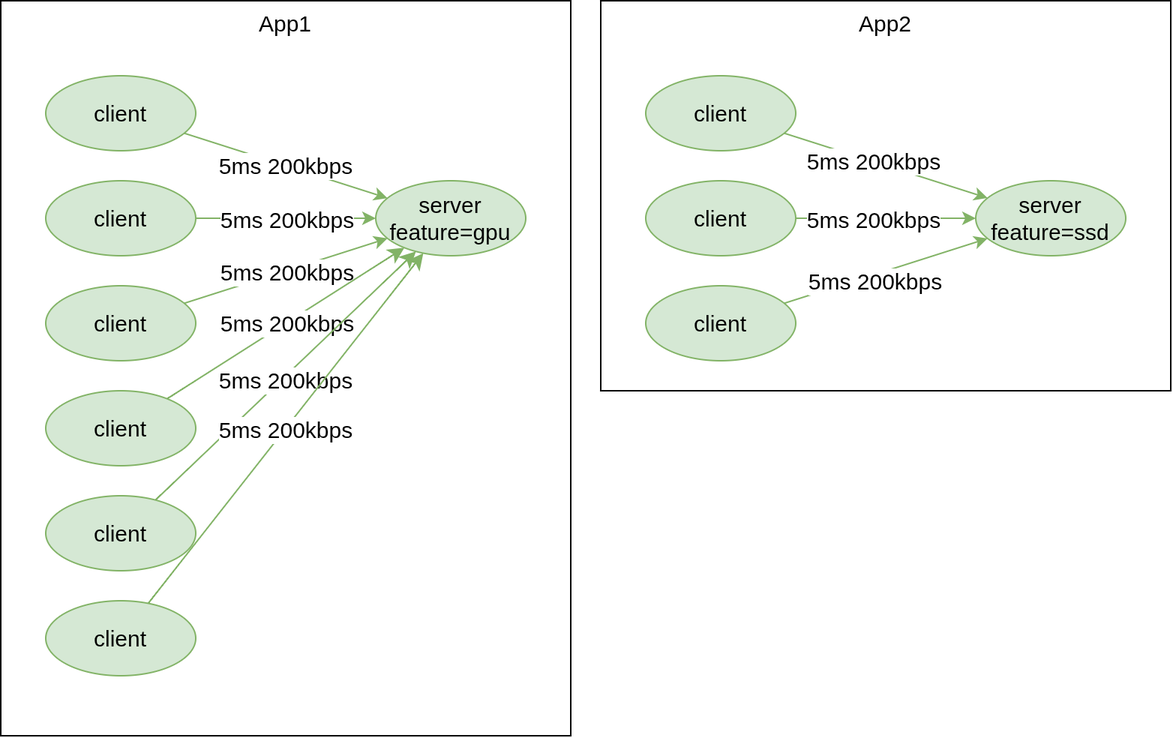
Before: emulator/exp-8/deployment.drawio.png, a diagram exported from draw.io (kr-0-n/k8_scheduler_experiments). Source tidied: cells renumbered, new cells last; positions are measured from the earlier drawing's top-left corner, leaving out a move shared by most shapes.
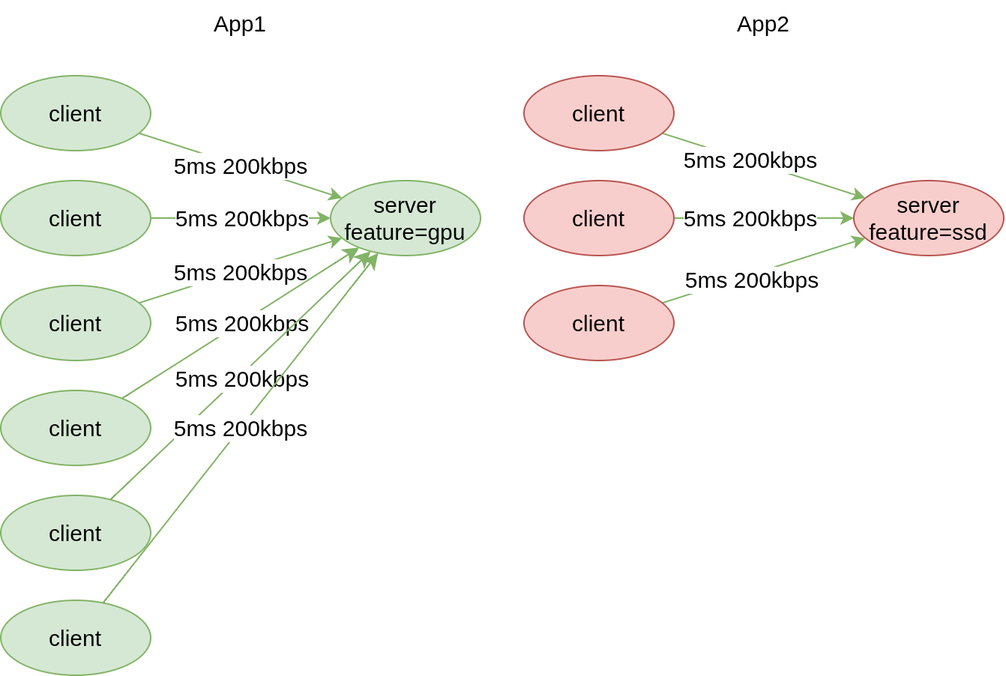
The same file after the commit.

Change to the diagram source:
```diff
@@ -2,120 +2,114 @@
   <root>
     <mxCell id="0" />
     <mxCell id="1" parent="0" />
-    <mxCell id="2" style="rounded=0;whiteSpace=wrap;html=1;fontSize=15;" parent="1" vertex="1">
-      <mxGeometry width="380" height="490" as="geometry" />
+    <mxCell id="2" style="edgeStyle=orthogonalEdgeStyle;rounded=0;jettySize=auto;html=1;fillColor=#d5e8d4;strokeColor=#82b366;fontSize=15;" parent="1" edge="1" source="4" target="5">
+      <mxGeometry relative="1" as="geometry" />
     </mxCell>
-    <mxCell id="3" style="edgeStyle=orthogonalEdgeStyle;rounded=0;jettySize=auto;html=1;fillColor=#d5e8d4;strokeColor=#82b366;fontSize=15;" parent="1" edge="1" source="5" target="6">
-      <mxGeometry relative="1" as="geometry" />
+    <mxCell id="3" value="5ms 200kbps" style="edgeLabel;html=1;align=center;verticalAlign=middle;fontSize=15;" parent="2" vertex="1">
+      <mxGeometry x="-0.08" relative="1" as="geometry">
+        <mxPoint x="5" as="offset" />
+      </mxGeometry>
     </mxCell>
-    <mxCell id="4" value="5ms 200kbps" style="edgeLabel;html=1;align=center;verticalAlign=middle;points=[];fontSize=15;" parent="3" vertex="1">
-      <mxGeometry x="-0.08" relative="1" as="geometry">
-        <mxPoint x="5" as="offset" />
-      </mxGeometry>
+    <mxCell id="4" value="client" style="ellipse;whiteSpace=wrap;html=1;fillColor=#d5e8d4;strokeColor=#82b366;fontSize=15;" parent="1" vertex="1">
+      <mxGeometry x="30" y="120" width="100" height="50" as="geometry" />
     </mxCell>
-    <mxCell id="5" value="client" style="ellipse;whiteSpace=wrap;html=1;fillColor=#d5e8d4;strokeColor=#82b366;fontSize=15;" parent="1" vertex="1">
-      <mxGeometry x="30" y="120" width="100" height="50" as="geometry" />
+    <mxCell id="5" value="server&lt;div&gt;feature=gpu&lt;/div&gt;" style="ellipse;whiteSpace=wrap;html=1;fillColor=#d5e8d4;strokeColor=#82b366;fontSize=15;" parent="1" vertex="1">
+      <mxGeometry x="250" y="120" width="100" height="50" as="geometry" />
     </mxCell>
-    <mxCell id="6" value="server&lt;div&gt;feature=gpu&lt;/div&gt;" style="ellipse;whiteSpace=wrap;html=1;fillColor=#d5e8d4;strokeColor=#82b366;fontSize=15;" parent="1" vertex="1">
-      <mxGeometry x="250" y="120" width="100" height="50" as="geometry" />
+    <mxCell id="6" style="rounded=0;jettySize=auto;html=1;fillColor=#d5e8d4;strokeColor=#82b366;fontSize=15;" parent="1" edge="1" source="8" target="5">
+      <mxGeometry relative="1" as="geometry" />
     </mxCell>
-    <mxCell id="7" style="rounded=0;jettySize=auto;html=1;fillColor=#d5e8d4;strokeColor=#82b366;fontSize=15;" parent="1" edge="1" source="9" target="6">
-      <mxGeometry relative="1" as="geometry" />
+    <mxCell id="7" value="5ms 200kbps" style="edgeLabel;html=1;align=center;verticalAlign=middle;fontSize=15;" parent="6" vertex="1">
+      <mxGeometry x="0.26" y="2" relative="1" as="geometry">
+        <mxPoint x="-19" y="-4" as="offset" />
+      </mxGeometry>
     </mxCell>
-    <mxCell id="8" value="5ms 200kbps" style="edgeLabel;html=1;align=center;verticalAlign=middle;points=[];fontSize=15;" parent="7" vertex="1">
-      <mxGeometry x="0.26" y="2" relative="1" as="geometry">
-        <mxPoint x="-19" y="-4" as="offset" />
-      </mxGeometry>
+    <mxCell id="8" value="client" style="ellipse;whiteSpace=wrap;html=1;fillColor=#d5e8d4;strokeColor=#82b366;fontSize=15;" parent="1" vertex="1">
+      <mxGeometry x="30" y="50" width="100" height="50" as="geometry" />
     </mxCell>
-    <mxCell id="9" value="client" style="ellipse;whiteSpace=wrap;html=1;fillColor=#d5e8d4;strokeColor=#82b366;fontSize=15;" parent="1" vertex="1">
-      <mxGeometry x="30" y="50" width="100" height="50" as="geometry" />
+    <mxCell id="9" style="rounded=0;jettySize=auto;html=1;fillColor=#d5e8d4;strokeColor=#82b366;fontSize=15;" parent="1" edge="1" source="11" target="5">
+      <mxGeometry relative="1" as="geometry" />
     </mxCell>
-    <mxCell id="10" style="rounded=0;jettySize=auto;html=1;fillColor=#d5e8d4;strokeColor=#82b366;fontSize=15;" parent="1" edge="1" source="12" target="6">
-      <mxGeometry relative="1" as="geometry" />
+    <mxCell id="10" value="5ms 200kbps" style="edgeLabel;html=1;align=center;verticalAlign=middle;fontSize=15;" parent="9" vertex="1">
+      <mxGeometry x="-0.18" y="3" relative="1" as="geometry">
+        <mxPoint x="13" y="-1" as="offset" />
+      </mxGeometry>
     </mxCell>
-    <mxCell id="11" value="5ms 200kbps" style="edgeLabel;html=1;align=center;verticalAlign=middle;points=[];fontSize=15;" parent="10" vertex="1">
-      <mxGeometry x="-0.18" y="3" relative="1" as="geometry">
-        <mxPoint x="13" y="-1" as="offset" />
-      </mxGeometry>
+    <mxCell id="11" value="client" style="ellipse;whiteSpace=wrap;html=1;fillColor=#d5e8d4;strokeColor=#82b366;fontSize=15;" parent="1" vertex="1">
+      <mxGeometry x="30" y="190" width="100" height="50" as="geometry" />
     </mxCell>
-    <mxCell id="12" value="client" style="ellipse;whiteSpace=wrap;html=1;fillColor=#d5e8d4;strokeColor=#82b366;fontSize=15;" parent="1" vertex="1">
-      <mxGeometry x="30" y="190" width="100" height="50" as="geometry" />
+    <mxCell id="12" value="App1" style="text;html=1;whiteSpace=wrap;strokeColor=none;fillColor=none;align=center;verticalAlign=middle;rounded=0;fontSize=15;" parent="1" vertex="1">
+      <mxGeometry x="160" width="60" height="30" as="geometry" />
     </mxCell>
-    <mxCell id="13" value="App1" style="text;html=1;whiteSpace=wrap;strokeColor=none;fillColor=none;align=center;verticalAlign=middle;rounded=0;fontSize=15;" parent="1" vertex="1">
-      <mxGeometry x="160" width="60" height="30" as="geometry" />
+    <mxCell id="13" style="edgeStyle=orthogonalEdgeStyle;rounded=0;jettySize=auto;html=1;fillColor=#d5e8d4;strokeColor=#82b366;fontSize=15;" parent="1" edge="1" source="14" target="15">
+      <mxGeometry relative="1" as="geometry" />
     </mxCell>
-    <mxCell id="14" style="rounded=0;whiteSpace=wrap;html=1;fontSize=15;" parent="1" vertex="1">
-      <mxGeometry x="400" width="380" height="260" as="geometry" />
+    <mxCell id="14" value="client" style="ellipse;whiteSpace=wrap;html=1;fillColor=#f8cecc;strokeColor=#b85450;fontSize=15;" parent="1" vertex="1">
+      <mxGeometry x="379" y="120" width="100" height="50" as="geometry" />
     </mxCell>
-    <mxCell id="15" style="edgeStyle=orthogonalEdgeStyle;rounded=0;jettySize=auto;html=1;fillColor=#d5e8d4;strokeColor=#82b366;fontSize=15;" parent="1" edge="1" source="16" target="17">
-      <mxGeometry relative="1" as="geometry" />
+    <mxCell id="15" value="server&lt;div&gt;feature=ssd&lt;/div&gt;" style="ellipse;whiteSpace=wrap;html=1;fillColor=#f8cecc;strokeColor=#b85450;fontSize=15;" parent="1" vertex="1">
+      <mxGeometry x="599" y="120" width="100" height="50" as="geometry" />
     </mxCell>
-    <mxCell id="16" value="client" style="ellipse;whiteSpace=wrap;html=1;fillColor=#d5e8d4;strokeColor=#82b366;fontSize=15;" parent="1" vertex="1">
-      <mxGeometry x="430" y="120" width="100" height="50" as="geometry" />
+    <mxCell id="16" style="rounded=0;jettySize=auto;html=1;fillColor=#d5e8d4;strokeColor=#82b366;fontSize=15;" parent="1" edge="1" source="18" target="15">
+      <mxGeometry relative="1" as="geometry" />
     </mxCell>
-    <mxCell id="17" value="server&lt;div&gt;feature=ssd&lt;/div&gt;" style="ellipse;whiteSpace=wrap;html=1;fillColor=#d5e8d4;strokeColor=#82b366;fontSize=15;" parent="1" vertex="1">
-      <mxGeometry x="650" y="120" width="100" height="50" as="geometry" />
+    <mxCell id="17" value="5ms 200kbps" style="edgeLabel;html=1;align=center;verticalAlign=middle;points=[];fontSize=15;" parent="16" vertex="1">
+      <mxGeometry x="-0.14" y="1" relative="1" as="geometry" />
     </mxCell>
-    <mxCell id="18" style="rounded=0;jettySize=auto;html=1;fillColor=#d5e8d4;strokeColor=#82b366;fontSize=15;" parent="1" edge="1" source="20" target="17">
-      <mxGeometry relative="1" as="geometry" />
+    <mxCell id="18" value="client" style="ellipse;whiteSpace=wrap;html=1;fillColor=#f8cecc;strokeColor=#b85450;fontSize=15;" parent="1" vertex="1">
+      <mxGeometry x="379" y="50" width="100" height="50" as="geometry" />
     </mxCell>
-    <mxCell id="19" value="5ms 200kbps" style="edgeLabel;html=1;align=center;verticalAlign=middle;fontSize=15;" parent="18" vertex="1">
-      <mxGeometry x="-0.14" y="1" relative="1" as="geometry" />
+    <mxCell id="19" style="rounded=0;jettySize=auto;html=1;fillColor=#d5e8d4;strokeColor=#82b366;fontSize=15;" parent="1" edge="1" source="20" target="15">
+      <mxGeometry relative="1" as="geometry" />
     </mxCell>
-    <mxCell id="20" value="client" style="ellipse;whiteSpace=wrap;html=1;fillColor=#d5e8d4;strokeColor=#82b366;fontSize=15;" parent="1" vertex="1">
-      <mxGeometry x="430" y="50" width="100" height="50" as="geometry" />
+    <mxCell id="20" value="client" style="ellipse;whiteSpace=wrap;html=1;fillColor=#f8cecc;strokeColor=#b85450;fontSize=15;" parent="1" vertex="1">
+      <mxGeometry x="379" y="190" width="100" height="50" as="geometry" />
     </mxCell>
-    <mxCell id="21" style="rounded=0;jettySize=auto;html=1;fillColor=#d5e8d4;strokeColor=#82b366;fontSize=15;" parent="1" edge="1" source="22" target="17">
-      <mxGeometry relative="1" as="geometry" />
+    <mxCell id="21" value="App2" style="text;html=1;whiteSpace=wrap;strokeColor=none;fillColor=none;align=center;verticalAlign=middle;rounded=0;fontSize=15;" parent="1" vertex="1">
+      <mxGeometry x="509" width="60" height="30" as="geometry" />
     </mxCell>
-    <mxCell id="22" value="client" style="ellipse;whiteSpace=wrap;html=1;fillColor=#d5e8d4;strokeColor=#82b366;fontSize=15;" parent="1" vertex="1">
-      <mxGeometry x="430" y="190" width="100" height="50" as="geometry" />
+    <mxCell id="22" value="5ms 200kbps" style="edgeLabel;html=1;align=center;verticalAlign=middle;points=[];fontSize=15;" parent="1" vertex="1">
+      <mxGeometry x="511" y="135" as="geometry">
+        <mxPoint x="19" y="10" as="offset" />
+      </mxGeometry>
     </mxCell>
-    <mxCell id="23" value="App2" style="text;html=1;whiteSpace=wrap;strokeColor=none;fillColor=none;align=center;verticalAlign=middle;rounded=0;fontSize=15;" parent="1" vertex="1">
-      <mxGeometry x="560" width="60" height="30" as="geometry" />
+    <mxCell id="23" value="5ms 200kbps" style="edgeLabel;html=1;align=center;verticalAlign=middle;fontSize=15;" parent="1" vertex="1">
+      <mxGeometry x="529" y="180" as="geometry">
+        <mxPoint x="2" y="6" as="offset" />
+      </mxGeometry>
     </mxCell>
-    <mxCell id="24" value="5ms 200kbps" style="edgeLabel;html=1;align=center;verticalAlign=middle;fontSize=15;" parent="1" vertex="1">
-      <mxGeometry x="562" y="135" as="geometry">
-        <mxPoint x="19" y="10" as="offset" />
-      </mxGeometry>
+    <mxCell id="24" style="edgeStyle=none;curved=1;rounded=0;jettySize=auto;html=1;fontSize=15;startSize=8;endSize=8;fillColor=#d5e8d4;strokeColor=#82b366;" parent="1" edge="1" source="26" target="5">
+      <mxGeometry relative="1" as="geometry" />
     </mxCell>
-    <mxCell id="25" value="5ms 200kbps" style="edgeLabel;html=1;align=center;verticalAlign=middle;fontSize=15;" parent="1" vertex="1">
-      <mxGeometry x="580" y="180" as="geometry">
-        <mxPoint x="2" y="6" as="offset" />
+    <mxCell id="25" value="5ms 200kbps" style="edgeLabel;html=1;align=center;verticalAlign=middle;fontSize=15;" parent="24" vertex="1">
+      <mxGeometry x="-0.11" y="1" relative="1" as="geometry">
+        <mxPoint x="9" y="-5" as="offset" />
       </mxGeometry>
     </mxCell>
-    <mxCell id="26" style="edgeStyle=none;curved=1;rounded=0;jettySize=auto;html=1;fontSize=15;startSize=8;endSize=8;fillColor=#d5e8d4;strokeColor=#82b366;" parent="1" edge="1" source="28" target="6">
-      <mxGeometry relative="1" as="geometry" />
+    <mxCell id="26" value="client" style="ellipse;whiteSpace=wrap;html=1;fillColor=#d5e8d4;strokeColor=#82b366;fontSize=15;" parent="1" vertex="1">
+      <mxGeometry x="30" y="260" width="100" height="50" as="geometry" />
     </mxCell>
-    <mxCell id="27" value="5ms 200kbps" style="edgeLabel;html=1;align=center;verticalAlign=middle;fontSize=15;" parent="26" vertex="1">
-      <mxGeometry x="-0.11" y="1" relative="1" as="geometry">
-        <mxPoint x="9" y="-5" as="offset" />
-      </mxGeometry>
+    <mxCell id="27" style="edgeStyle=none;curved=1;rounded=0;jettySize=auto;html=1;fontSize=15;startSize=8;endSize=8;fillColor=#d5e8d4;strokeColor=#82b366;" parent="1" edge="1" source="29" target="5">
+      <mxGeometry relative="1" as="geometry" />
     </mxCell>
-    <mxCell id="28" value="client" style="ellipse;whiteSpace=wrap;html=1;fillColor=#d5e8d4;strokeColor=#82b366;fontSize=15;" parent="1" vertex="1">
-      <mxGeometry x="30" y="260" width="100" height="50" as="geometry" />
+    <mxCell id="28" value="5ms 200kbps" style="edgeLabel;html=1;align=center;verticalAlign=middle;points=[];fontSize=15;" parent="27" vertex="1">
+      <mxGeometry x="-0.21" y="1" relative="1" as="geometry">
+        <mxPoint x="19" y="-15" as="offset" />
+      </mxGeometry>
     </mxCell>
-    <mxCell id="29" style="edgeStyle=none;curved=1;rounded=0;jettySize=auto;html=1;fontSize=15;startSize=8;endSize=8;fillColor=#d5e8d4;strokeColor=#82b366;" parent="1" edge="1" source="31" target="6">
-      <mxGeometry relative="1" as="geometry" />
+    <mxCell id="29" value="client" style="ellipse;whiteSpace=wrap;html=1;fillColor=#d5e8d4;strokeColor=#82b366;fontSize=15;" parent="1" vertex="1">
+      <mxGeometry x="30" y="330" width="100" height="50" as="geometry" />
     </mxCell>
-    <mxCell id="30" value="5ms 200kbps" style="edgeLabel;html=1;align=center;verticalAlign=middle;fontSize=15;" parent="29" vertex="1">
-      <mxGeometry x="-0.21" y="1" relative="1" as="geometry">
-        <mxPoint x="19" y="-15" as="offset" />
-      </mxGeometry>
+    <mxCell id="30" style="edgeStyle=none;curved=1;rounded=0;jettySize=auto;html=1;fontSize=15;startSize=8;endSize=8;fillColor=#d5e8d4;strokeColor=#82b366;" parent="1" edge="1" source="32" target="5">
+      <mxGeometry relative="1" as="geometry" />
     </mxCell>
-    <mxCell id="31" value="client" style="ellipse;whiteSpace=wrap;html=1;fillColor=#d5e8d4;strokeColor=#82b366;fontSize=15;" parent="1" vertex="1">
-      <mxGeometry x="30" y="330" width="100" height="50" as="geometry" />
+    <mxCell id="31" value="5ms 200kbps" style="edgeLabel;html=1;align=center;verticalAlign=middle;points=[];fontSize=15;" parent="30" vertex="1">
+      <mxGeometry x="-0.19" y="-1" relative="1" as="geometry">
+        <mxPoint x="16" y="-23" as="offset" />
+      </mxGeometry>
     </mxCell>
-    <mxCell id="32" style="edgeStyle=none;curved=1;rounded=0;jettySize=auto;html=1;fontSize=15;startSize=8;endSize=8;fillColor=#d5e8d4;strokeColor=#82b366;" parent="1" edge="1" source="34" target="6">
-      <mxGeometry relative="1" as="geometry" />
+    <mxCell id="32" value="client" style="ellipse;whiteSpace=wrap;html=1;fillColor=#d5e8d4;strokeColor=#82b366;fontSize=15;" parent="1" vertex="1">
+      <mxGeometry x="30" y="400" width="100" height="50" as="geometry" />
     </mxCell>
-    <mxCell id="33" value="5ms 200kbps" style="edgeLabel;html=1;align=center;verticalAlign=middle;fontSize=15;" parent="32" vertex="1">
-      <mxGeometry x="-0.19" y="-1" relative="1" as="geometry">
-        <mxPoint x="16" y="-23" as="offset" />
-      </mxGeometry>
-    </mxCell>
-    <mxCell id="34" value="client" style="ellipse;whiteSpace=wrap;html=1;fillColor=#d5e8d4;strokeColor=#82b366;fontSize=15;" parent="1" vertex="1">
-      <mxGeometry x="30" y="400" width="100" height="50" as="geometry" />
-    </mxCell>
   </root>
 </mxGraphModel>
```
